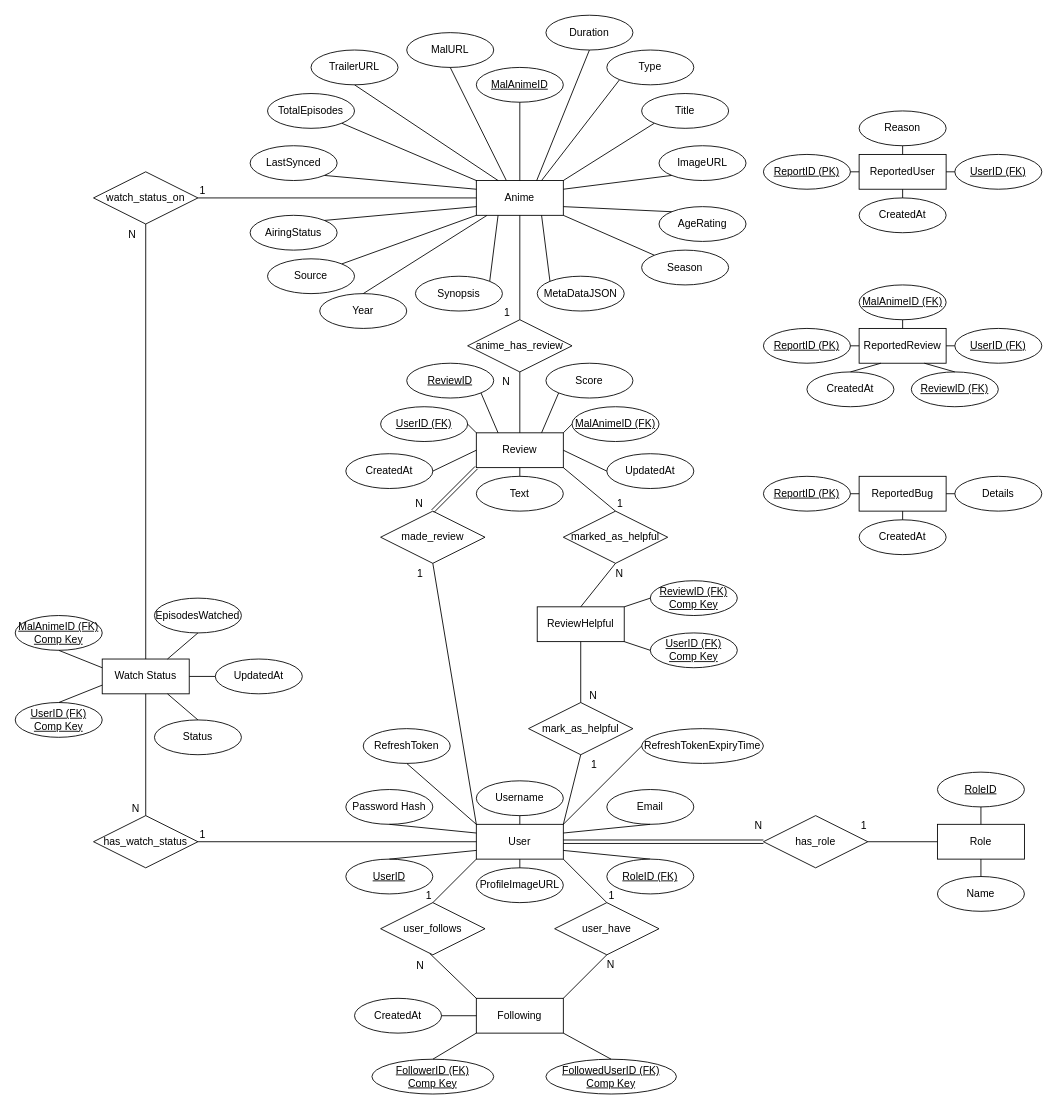
The draw.io diagram ER-diagram.drawio in C4ndyFl4mes/my-anime-review-api, before the edit. Source tidied: cells renumbered, new cells numbered last; positions are measured from the earlier drawing's top-left corner, leaving out a move shared by most shapes. Both pictures are drawn from the tidied source at 87%, with x=0, y=0 at pixel (15, 15).
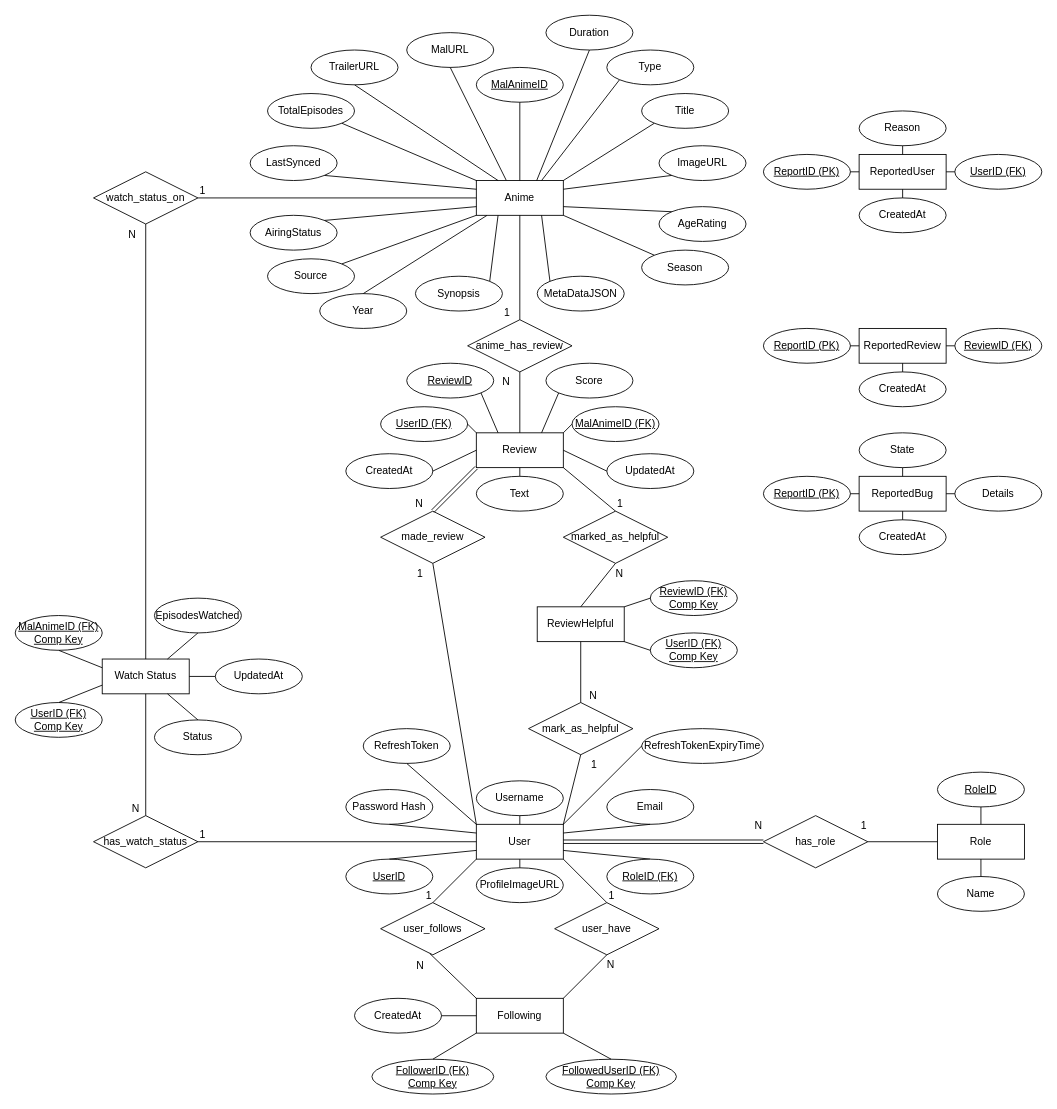
The same page after the edit.

The change refers to these unchanged cells:
```xml
<mxCell id="121" value="ReportedReview" style="whiteSpace=wrap;html=1;align=center;" parent="1" vertex="1">
  <mxGeometry x="970" y="360" width="100" height="40" as="geometry" />
</mxCell>
<mxCell id="122" value="ReportedBug" style="whiteSpace=wrap;html=1;align=center;" parent="1" vertex="1">
  <mxGeometry x="970" y="530" width="100" height="40" as="geometry" />
</mxCell>
```

What changed in the source:
```diff
@@
-    <mxCell id="124" value="MalAnimeID (FK)" style="ellipse;whiteSpace=wrap;html=1;align=center;fontStyle=4;" parent="1" vertex="1">
-      <mxGeometry x="970" y="310" width="100" height="40" as="geometry" />
-    </mxCell>
-    <mxCell id="125" value="UserID (FK)" style="ellipse;whiteSpace=wrap;html=1;align=center;fontStyle=4;" parent="1" vertex="1">
-      <mxGeometry x="1080" y="360" width="100" height="40" as="geometry" />
-    </mxCell>
     <mxCell id="126" value="CreatedAt" style="ellipse;whiteSpace=wrap;html=1;align=center;" parent="1" vertex="1">
-      <mxGeometry x="910" y="410" width="100" height="40" as="geometry" />
+      <mxGeometry x="970" y="410" width="100" height="40" as="geometry" />
     </mxCell>
     <mxCell id="127" value="ReviewID (FK)" style="ellipse;whiteSpace=wrap;html=1;align=center;fontStyle=4;" parent="1" vertex="1">
-      <mxGeometry x="1030" y="410" width="100" height="40" as="geometry" />
+      <mxGeometry x="1080" y="360" width="100" height="40" as="geometry" />
     </mxCell>
@@
-    <mxCell id="138" style="endArrow=none;html=1;rounded=0;exitX=0.25;exitY=1;exitDx=0;exitDy=0;entryX=0.5;entryY=0;entryDx=0;entryDy=0;" parent="1" edge="1" source="121" target="126">
+    <mxCell id="138" style="endArrow=none;html=1;rounded=0;exitX=0.5;exitY=1;exitDx=0;exitDy=0;entryX=0.5;entryY=0;entryDx=0;entryDy=0;" parent="1" edge="1" source="121" target="126">
       <mxGeometry relative="1" as="geometry" />
     </mxCell>
-    <mxCell id="139" style="endArrow=none;html=1;rounded=0;exitX=0.75;exitY=1;exitDx=0;exitDy=0;entryX=0.5;entryY=0;entryDx=0;entryDy=0;" parent="1" edge="1" source="121" target="127">
+    <mxCell id="139" style="endArrow=none;html=1;rounded=0;exitX=1;exitY=0.5;exitDx=0;exitDy=0;entryX=0;entryY=0.5;entryDx=0;entryDy=0;" parent="1" edge="1" source="121" target="127">
       <mxGeometry relative="1" as="geometry" />
     </mxCell>
@@
-    <mxCell id="141" style="endArrow=none;html=1;rounded=0;exitX=0;exitY=0.5;exitDx=0;exitDy=0;entryX=1;entryY=0.5;entryDx=0;entryDy=0;" parent="1" edge="1" source="125" target="121">
-      <mxGeometry relative="1" as="geometry" />
-    </mxCell>
-    <mxCell id="142" style="endArrow=none;html=1;rounded=0;exitX=0.5;exitY=1;exitDx=0;exitDy=0;entryX=0.5;entryY=0;entryDx=0;entryDy=0;" parent="1" edge="1" source="124" target="121">
-      <mxGeometry relative="1" as="geometry" />
-    </mxCell>
@@
+    <mxCell id="167" value="State" style="ellipse;whiteSpace=wrap;html=1;align=center;" parent="1" vertex="1">
+      <mxGeometry x="970" y="480" width="100" height="40" as="geometry" />
+    </mxCell>
+    <mxCell id="168" style="endArrow=none;html=1;rounded=0;exitX=0.5;exitY=1;exitDx=0;exitDy=0;entryX=0.5;entryY=0;entryDx=0;entryDy=0;" parent="1" edge="1" source="167" target="122">
+      <mxGeometry relative="1" as="geometry" />
+    </mxCell>
```
